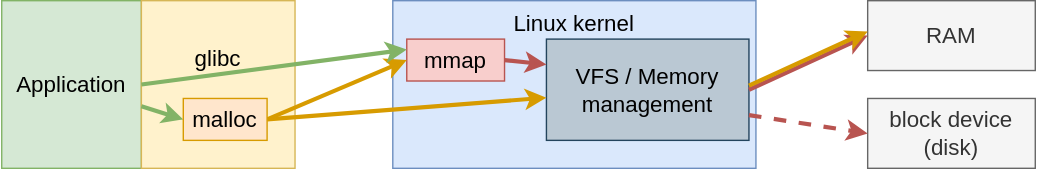
Above: static/assets/off-heap-recon/malloc-mmap.svg in bric3/bric3.github.io (draw.io), before the change. Source tidied: cells renumbered, new cells last; positions are measured from the earlier drawing's top-left corner, leaving out a move shared by most shapes.
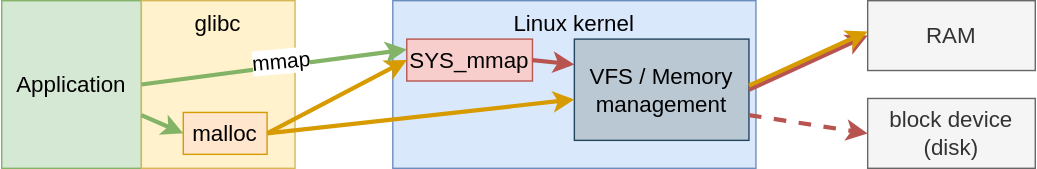
Above is the later version.

Diff of the diagram source:
```diff
@@ -5,14 +5,14 @@
     <mxCell id="2" value="Application" style="rounded=0;whiteSpace=wrap;html=1;fontSize=16;fillColor=#d5e8d4;strokeColor=#82b366;" parent="1" vertex="1">
       <mxGeometry width="100" height="120" as="geometry" />
     </mxCell>
-    <mxCell id="3" value="&lt;div&gt;glibc&lt;/div&gt;&lt;div&gt;&lt;br&gt;&lt;/div&gt;&lt;div&gt;&lt;br&gt;&lt;/div&gt;" style="rounded=0;whiteSpace=wrap;html=1;fontSize=16;fillColor=#fff2cc;strokeColor=#d6b656;" parent="1" vertex="1">
+    <mxCell id="3" value="&lt;div&gt;glibc&lt;/div&gt;&lt;div&gt;&lt;br&gt;&lt;/div&gt;&lt;div&gt;&lt;br&gt;&lt;/div&gt;" style="rounded=0;whiteSpace=wrap;html=1;fontSize=16;fillColor=#fff2cc;strokeColor=#d6b656;verticalAlign=top;" parent="1" vertex="1">
       <mxGeometry x="100" width="110" height="120" as="geometry" />
     </mxCell>
     <mxCell id="4" value="&lt;div&gt;Linux kernel&lt;/div&gt;" style="rounded=0;whiteSpace=wrap;html=1;fontSize=16;verticalAlign=top;fillColor=#dae8fc;strokeColor=#6c8ebf;" parent="1" vertex="1">
       <mxGeometry x="280" width="260" height="120" as="geometry" />
     </mxCell>
     <mxCell id="5" value="VFS / Memory management" style="rounded=0;whiteSpace=wrap;html=1;fontSize=16;fillColor=#bac8d3;strokeColor=#23445d;" parent="1" vertex="1">
-      <mxGeometry x="390" y="27.5" width="145" height="72.5" as="geometry" />
+      <mxGeometry x="410" y="27.5" width="125" height="72.5" as="geometry" />
     </mxCell>
     <mxCell id="6" value="RAM" style="rounded=0;whiteSpace=wrap;html=1;fontSize=16;fillColor=#f5f5f5;strokeColor=#666666;fontColor=#333333;" parent="1" vertex="1">
       <mxGeometry x="620" width="120" height="50" as="geometry" />
@@ -20,8 +20,8 @@
     <mxCell id="7" value="block device (disk)" style="rounded=0;whiteSpace=wrap;html=1;fontSize=16;fillColor=#f5f5f5;strokeColor=#666666;fontColor=#333333;" parent="1" vertex="1">
       <mxGeometry x="620" y="70" width="120" height="50" as="geometry" />
     </mxCell>
-    <mxCell id="8" value="mmap" style="rounded=0;whiteSpace=wrap;html=1;fontSize=16;fillColor=#f8cecc;strokeColor=#b85450;" parent="1" vertex="1">
-      <mxGeometry x="290" y="27.5" width="70" height="30" as="geometry" />
+    <mxCell id="8" value="SYS_mmap" style="rounded=0;whiteSpace=wrap;html=1;fontSize=16;fillColor=#f8cecc;strokeColor=#b85450;" parent="1" vertex="1">
+      <mxGeometry x="290" y="27.5" width="90" height="30" as="geometry" />
     </mxCell>
     <mxCell id="9" style="endArrow=classic;html=1;fontSize=16;exitX=1;exitY=0.5;exitDx=0;exitDy=0;strokeWidth=3;fillColor=#ffe6cc;strokeColor=#d79b00;" parent="1" edge="1" source="13" target="5">
       <mxGeometry relative="1" as="geometry" />
@@ -36,7 +36,7 @@
       <mxGeometry relative="1" as="geometry" />
     </mxCell>
     <mxCell id="13" value="malloc" style="rounded=0;whiteSpace=wrap;html=1;fontSize=16;fillColor=#ffe6cc;strokeColor=#d79b00;" parent="1" vertex="1">
-      <mxGeometry x="130" y="70" width="60" height="30" as="geometry" />
+      <mxGeometry x="130" y="80" width="60" height="30" as="geometry" />
     </mxCell>
     <mxCell id="14" style="endArrow=classic;html=1;strokeWidth=3;fontSize=16;entryX=0;entryY=0.5;entryDx=0;entryDy=0;exitX=1;exitY=0.75;exitDx=0;exitDy=0;fillColor=#f8cecc;strokeColor=#b85450;dashed=1;" parent="1" edge="1" source="5" target="7">
       <mxGeometry relative="1" as="geometry" />
@@ -53,5 +53,10 @@
     <mxCell id="17" style="endArrow=classic;html=1;strokeWidth=3;fontSize=16;exitX=1;exitY=0.5;exitDx=0;exitDy=0;entryX=0;entryY=0.25;entryDx=0;entryDy=0;fillColor=#d5e8d4;strokeColor=#82b366;" parent="1" edge="1" source="2" target="8">
       <mxGeometry relative="1" as="geometry" />
     </mxCell>
+    <mxCell id="18" value="mmap" style="edgeLabel;html=1;align=center;verticalAlign=middle;fontSize=15;rotation=-5;" parent="17" vertex="1">
+      <mxGeometry x="0.3" y="1" relative="1" as="geometry">
+        <mxPoint x="-23" as="offset" />
+      </mxGeometry>
+    </mxCell>
   </root>
 </mxGraphModel>
```
